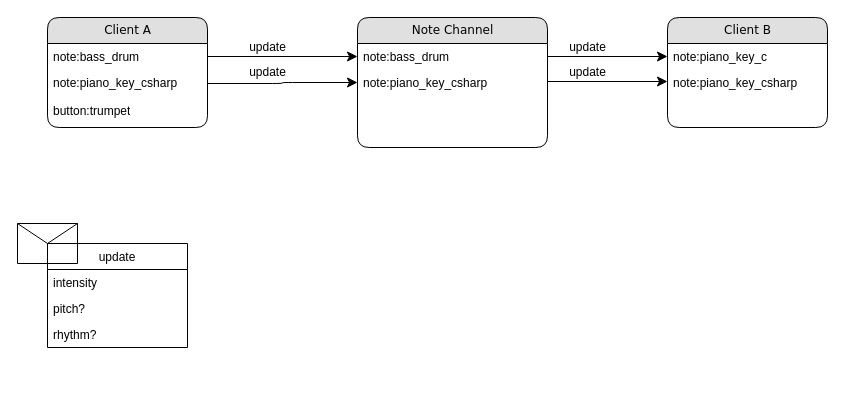
This is architecture.drawio from patreeceeo/music_jam_server, a draw.io file, before an edit. Source tidied: cells renumbered, new cells numbered last; positions are measured from the earlier drawing's top-left corner, leaving out a move shared by most shapes. Both pictures are drawn from the tidied source at 100%, with x=0, y=0 at pixel (17, 17).
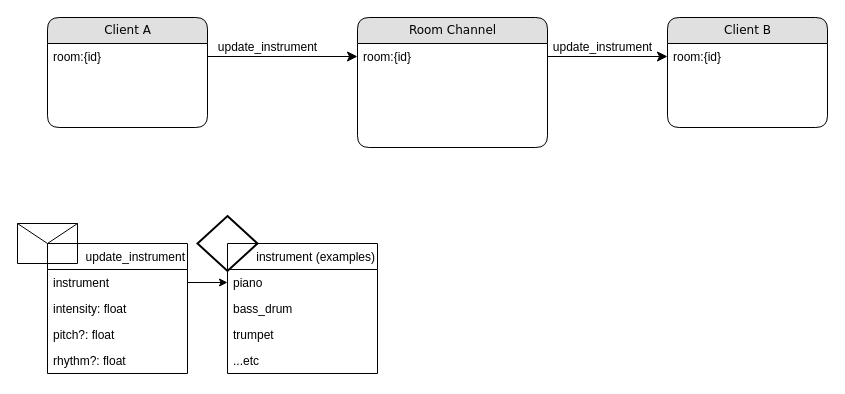
The same diagram, later.

Unchanged cells that the change refers to:
```xml
<mxCell id="2" value="&lt;div&gt;Client A&lt;/div&gt;" style="swimlane;html=1;fontStyle=0;horizontal=1;startSize=26;fillColor=#e0e0e0;swimlaneFillColor=#ffffff;align=center;rounded=1;shadow=0;comic=0;labelBackgroundColor=none;strokeWidth=1;fontFamily=Verdana;fontSize=12;" parent="1" vertex="1">
  <mxGeometry x="30" width="160" height="110" as="geometry" />
</mxCell>
<mxCell id="13" value="&lt;div&gt;Client B&lt;br&gt;&lt;/div&gt;" style="swimlane;html=1;fontStyle=0;horizontal=1;startSize=26;fillColor=#e0e0e0;swimlaneFillColor=#ffffff;align=center;rounded=1;shadow=0;comic=0;labelBackgroundColor=none;strokeWidth=1;fontFamily=Verdana;fontSize=12;" parent="1" vertex="1">
  <mxGeometry x="650" width="160" height="110" as="geometry" />
</mxCell>
```

Change to the diagram source:
```diff
@@
-    <mxCell id="3" value="&lt;div&gt;note:bass_drum&lt;/div&gt;&lt;div&gt;&lt;br&gt;&lt;/div&gt;" style="text;html=1;strokeColor=none;fillColor=none;spacingLeft=4;spacingRight=4;whiteSpace=wrap;overflow=hidden;points=[[0,0.5],[1,0.5]];portConstraint=eastwest;" parent="2" vertex="1">
+    <mxCell id="3" value="room:{id}" style="text;html=1;strokeColor=none;fillColor=none;spacingLeft=4;spacingRight=4;whiteSpace=wrap;overflow=hidden;points=[[0,0.5],[1,0.5]];portConstraint=eastwest;" parent="2" vertex="1">
       <mxGeometry y="26" width="160" height="26" as="geometry" />
     </mxCell>
-    <mxCell id="4" value="&lt;div&gt;note:piano_key_csharp&lt;/div&gt;&lt;div&gt;&lt;br&gt;&lt;/div&gt;" style="text;html=1;strokeColor=none;fillColor=none;spacingLeft=4;spacingRight=4;whiteSpace=wrap;overflow=hidden;points=[[0,0.5],[1,0.5]];portConstraint=eastwest;" parent="2" vertex="1">
-      <mxGeometry y="52" width="160" height="28" as="geometry" />
-    </mxCell>
-    <mxCell id="5" value="&lt;div&gt;button:trumpet&lt;/div&gt;&lt;div&gt;&lt;br&gt;&lt;/div&gt;" style="text;html=1;strokeColor=none;fillColor=none;spacingLeft=4;spacingRight=4;whiteSpace=wrap;overflow=hidden;" parent="2" vertex="1">
-      <mxGeometry y="80" width="160" height="28" as="geometry" />
-    </mxCell>
-    <mxCell id="6" value="&lt;div&gt;Note Channel&lt;/div&gt;" style="swimlane;html=1;fontStyle=0;horizontal=1;startSize=26;fillColor=#e0e0e0;swimlaneFillColor=#ffffff;align=center;rounded=1;shadow=0;comic=0;labelBackgroundColor=none;strokeWidth=1;fontFamily=Verdana;fontSize=12;" parent="1" vertex="1">
+    <mxCell id="6" value="&lt;div&gt;Room Channel&lt;/div&gt;" style="swimlane;html=1;fontStyle=0;horizontal=1;startSize=26;fillColor=#e0e0e0;swimlaneFillColor=#ffffff;align=center;rounded=1;shadow=0;comic=0;labelBackgroundColor=none;strokeWidth=1;fontFamily=Verdana;fontSize=12;" parent="1" vertex="1">
       <mxGeometry x="340" width="190" height="130" as="geometry" />
     </mxCell>
-    <mxCell id="7" value="&lt;div&gt;note:bass_drum&lt;/div&gt;&lt;div&gt;&lt;br&gt;&lt;/div&gt;" style="text;html=1;strokeColor=none;fillColor=none;spacingLeft=4;spacingRight=4;whiteSpace=wrap;overflow=hidden;points=[[0,0.5],[1,0.5]];portConstraint=eastwest;" parent="6" vertex="1">
+    <mxCell id="7" value="&lt;div&gt;room:{id}&lt;/div&gt;&lt;div&gt;&lt;br&gt;&lt;/div&gt;" style="text;html=1;strokeColor=none;fillColor=none;spacingLeft=4;spacingRight=4;whiteSpace=wrap;overflow=hidden;points=[[0,0.5],[1,0.5]];portConstraint=eastwest;" parent="6" vertex="1">
       <mxGeometry y="26" width="190" height="26" as="geometry" />
     </mxCell>
-    <mxCell id="8" value="&lt;div&gt;note:piano_key_csharp&lt;/div&gt;" style="text;html=1;strokeColor=none;fillColor=none;spacingLeft=4;spacingRight=4;whiteSpace=wrap;overflow=hidden;points=[[0,0.5],[1,0.5]];portConstraint=eastwest;" parent="6" vertex="1">
-      <mxGeometry y="52" width="190" height="26" as="geometry" />
-    </mxCell>
@@
-    <mxCell id="10" style="edgeStyle=orthogonalEdgeStyle;html=1;exitX=1;exitY=0.5;labelBackgroundColor=none;startFill=0;startSize=8;endFill=1;endSize=8;fontFamily=Verdana;fontSize=12;entryX=0;entryY=0.5;entryDx=0;entryDy=0;" parent="1" edge="1" source="4" target="8">
-      <mxGeometry relative="1" as="geometry" />
-    </mxCell>
@@
-    <mxCell id="12" value="&lt;div&gt;update&lt;/div&gt;" style="text;html=1;align=center;verticalAlign=middle;fillColor=none;strokeColor=none;rounded=0;" parent="1" vertex="1">
-      <mxGeometry x="225" y="20" width="50" height="20" as="geometry" />
+    <mxCell id="12" value="&lt;div&gt;update_instrument&lt;/div&gt;" style="text;html=1;align=center;verticalAlign=middle;fillColor=none;strokeColor=none;rounded=0;" parent="1" vertex="1">
+      <mxGeometry x="195" y="20" width="110" height="20" as="geometry" />
     </mxCell>
@@
-    <mxCell id="14" value="&lt;div&gt;note:piano_key_c&lt;/div&gt;&lt;div&gt;&lt;br&gt;&lt;/div&gt;" style="text;html=1;strokeColor=none;fillColor=none;spacingLeft=4;spacingRight=4;whiteSpace=wrap;overflow=hidden;points=[[0,0.5],[1,0.5]];portConstraint=eastwest;" parent="13" vertex="1">
+    <mxCell id="14" value="room:{id}" style="text;html=1;strokeColor=none;fillColor=none;spacingLeft=4;spacingRight=4;whiteSpace=wrap;overflow=hidden;points=[[0,0.5],[1,0.5]];portConstraint=eastwest;" parent="13" vertex="1">
       <mxGeometry y="26" width="160" height="26" as="geometry" />
     </mxCell>
-    <mxCell id="15" value="&lt;div&gt;note:piano_key_csharp&lt;/div&gt;&lt;div&gt;&lt;br&gt;&lt;/div&gt;" style="text;html=1;strokeColor=none;fillColor=none;spacingLeft=4;spacingRight=4;whiteSpace=wrap;overflow=hidden;" parent="13" vertex="1">
-      <mxGeometry y="52" width="160" height="28" as="geometry" />
-    </mxCell>
-    <mxCell id="16" value="update" style="text;html=1;align=center;verticalAlign=middle;fillColor=none;strokeColor=none;rounded=0;" parent="1" vertex="1">
-      <mxGeometry x="225" y="45" width="50" height="20" as="geometry" />
-    </mxCell>
-    <mxCell id="17" value="update" style="text;html=1;align=center;verticalAlign=middle;fillColor=none;strokeColor=none;rounded=0;" parent="1" vertex="1">
-      <mxGeometry x="545" y="20" width="50" height="20" as="geometry" />
+    <mxCell id="17" value="update_instrument" style="text;html=1;align=center;verticalAlign=middle;fillColor=none;strokeColor=none;rounded=0;" parent="1" vertex="1">
+      <mxGeometry x="530" y="20" width="110" height="20" as="geometry" />
     </mxCell>
-    <mxCell id="18" value="update" style="text;html=1;align=center;verticalAlign=middle;fillColor=none;strokeColor=none;rounded=0;" parent="1" vertex="1">
-      <mxGeometry x="545" y="45" width="50" height="20" as="geometry" />
-    </mxCell>
-    <mxCell id="19" style="edgeStyle=orthogonalEdgeStyle;html=1;labelBackgroundColor=none;startFill=0;startSize=8;endFill=1;endSize=8;fontFamily=Verdana;fontSize=12;" parent="1" edge="1">
-      <mxGeometry relative="1" as="geometry">
-        <mxPoint x="530" y="64" as="sourcePoint" />
-        <mxPoint x="650" y="64" as="targetPoint" />
-      </mxGeometry>
-    </mxCell>
@@
-    <mxCell id="21" value="update" style="swimlane;fontStyle=0;horizontal=1;startSize=26;fillColor=none;" parent="1" vertex="1">
-      <mxGeometry x="30" y="226" width="140" height="104" as="geometry" />
+    <mxCell id="21" value="update_instrument" style="swimlane;fontStyle=0;horizontal=1;startSize=26;fillColor=none;align=right;" parent="1" vertex="1">
+      <mxGeometry x="30" y="226" width="140" height="130" as="geometry" />
     </mxCell>
-    <mxCell id="22" value="intensity&#10;" style="text;strokeColor=none;fillColor=none;align=left;verticalAlign=top;spacingLeft=4;spacingRight=4;overflow=hidden;points=[[0,0.5],[1,0.5]];portConstraint=eastwest;" parent="21" vertex="1">
+    <mxCell id="22" value="instrument&#10;" style="text;strokeColor=none;fillColor=none;align=left;verticalAlign=top;spacingLeft=4;spacingRight=4;overflow=hidden;points=[[0,0.5],[1,0.5]];portConstraint=eastwest;" parent="21" vertex="1">
       <mxGeometry y="26" width="140" height="26" as="geometry" />
     </mxCell>
+    <mxCell id="25" value="intensity: float&#10;" style="text;strokeColor=none;fillColor=none;align=left;verticalAlign=top;spacingLeft=4;spacingRight=4;overflow=hidden;" parent="21" vertex="1">
+      <mxGeometry y="52" width="140" height="26" as="geometry" />
+    </mxCell>
-    <mxCell id="23" value="pitch?" style="text;strokeColor=none;fillColor=none;align=left;verticalAlign=top;spacingLeft=4;spacingRight=4;overflow=hidden;" parent="21" vertex="1">
-      <mxGeometry y="52" width="140" height="26" as="geometry" />
+    <mxCell id="23" value="pitch?: float" style="text;strokeColor=none;fillColor=none;align=left;verticalAlign=top;spacingLeft=4;spacingRight=4;overflow=hidden;" parent="21" vertex="1">
+      <mxGeometry y="78" width="140" height="26" as="geometry" />
     </mxCell>
-    <mxCell id="24" value="rhythm?" style="text;strokeColor=none;fillColor=none;align=left;verticalAlign=top;spacingLeft=4;spacingRight=4;overflow=hidden;" parent="21" vertex="1">
-      <mxGeometry y="78" width="140" height="26" as="geometry" />
+    <mxCell id="24" value="rhythm?: float" style="text;strokeColor=none;fillColor=none;align=left;verticalAlign=top;spacingLeft=4;spacingRight=4;overflow=hidden;" parent="21" vertex="1">
+      <mxGeometry y="104" width="140" height="26" as="geometry" />
     </mxCell>
+    <mxCell id="26" style="strokeWidth=2;html=1;shape=mxgraph.flowchart.decision;whiteSpace=wrap;" parent="1" vertex="1">
+      <mxGeometry x="180" y="198.5" width="60" height="55" as="geometry" />
+    </mxCell>
+    <mxCell id="27" value="instrument (examples)" style="swimlane;fontStyle=0;horizontal=1;startSize=26;fillColor=none;align=right;" parent="1" vertex="1">
+      <mxGeometry x="210" y="226" width="150" height="130" as="geometry" />
+    </mxCell>
+    <mxCell id="28" value="piano" style="text;strokeColor=none;fillColor=none;align=left;verticalAlign=top;spacingLeft=4;spacingRight=4;overflow=hidden;points=[[0,0.5],[1,0.5]];portConstraint=eastwest;" parent="27" vertex="1">
+      <mxGeometry y="26" width="150" height="26" as="geometry" />
+    </mxCell>
+    <mxCell id="29" value="bass_drum" style="text;strokeColor=none;fillColor=none;align=left;verticalAlign=top;spacingLeft=4;spacingRight=4;overflow=hidden;" parent="27" vertex="1">
+      <mxGeometry y="52" width="150" height="26" as="geometry" />
+    </mxCell>
+    <mxCell id="30" value="trumpet" style="text;strokeColor=none;fillColor=none;align=left;verticalAlign=top;spacingLeft=4;spacingRight=4;overflow=hidden;" parent="27" vertex="1">
+      <mxGeometry y="78" width="150" height="26" as="geometry" />
+    </mxCell>
+    <mxCell id="31" value="...etc" style="text;strokeColor=none;fillColor=none;align=left;verticalAlign=top;spacingLeft=4;spacingRight=4;overflow=hidden;" parent="27" vertex="1">
+      <mxGeometry y="104" width="150" height="26" as="geometry" />
+    </mxCell>
+    <mxCell id="32" style="edgeStyle=orthogonalEdgeStyle;rounded=0;jettySize=auto;html=1;entryX=0;entryY=0.5;entryDx=0;entryDy=0;" parent="1" edge="1" source="22" target="28">
+      <mxGeometry relative="1" as="geometry" />
+    </mxCell>
```
